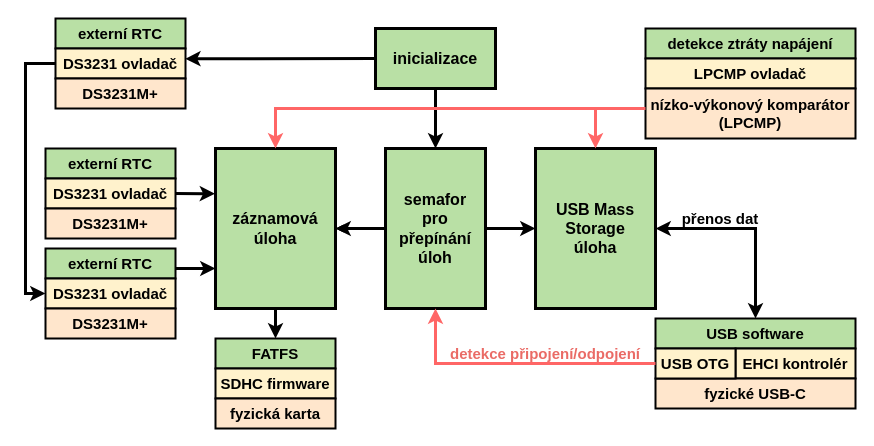
Earlier version of the draw.io diagram diagrams/system_architecture/system_architecture.drawio (Doly02/thesis). Source tidied: cells renumbered, new cells numbered last; positions are measured from the earlier drawing's top-left corner, leaving out a move shared by most shapes. Both pictures are drawn from the tidied source at 100%, with x=0, y=0 at pixel (25, 18).
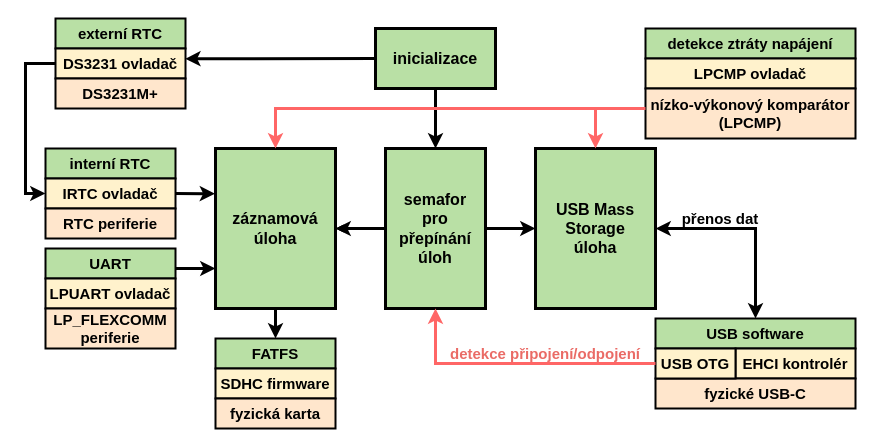
The same page after the edit.

Commit message (it also covers changes not shown here):
[TECH_REPORT] Improves System Architecture Subchapter. Updates System Architecture Diagram.

Unchanged cells that the change refers to:
```xml
<mxCell id="28" value="&lt;b&gt;&lt;font style=&quot;font-size: 15px;&quot;&gt;DS3231 ovladač&lt;/font&gt;&lt;/b&gt;" style="rounded=0;whiteSpace=wrap;html=1;strokeWidth=2;fillColor=#fff2cc;strokeColor=#000000;" parent="1" vertex="1">
  <mxGeometry x="30" y="30" width="130" height="30" as="geometry" />
</mxCell>
```

What changed in the source:
```diff
@@
-    <mxCell id="31" value="&lt;b&gt;&lt;font style=&quot;font-size: 15px;&quot;&gt;externí RTC&lt;/font&gt;&lt;/b&gt;" style="rounded=0;whiteSpace=wrap;html=1;strokeWidth=2;fillColor=#B9E0A5;" parent="1" vertex="1">
+    <mxCell id="31" value="&lt;b&gt;&lt;font style=&quot;font-size: 15px;&quot;&gt;interní RTC&lt;/font&gt;&lt;/b&gt;" style="rounded=0;whiteSpace=wrap;html=1;strokeWidth=2;fillColor=#B9E0A5;" parent="1" vertex="1">
       <mxGeometry x="20" y="130" width="130" height="30" as="geometry" />
     </mxCell>
-    <mxCell id="32" value="&lt;b&gt;&lt;font style=&quot;font-size: 15px;&quot;&gt;DS3231 ovladač&lt;/font&gt;&lt;/b&gt;" style="rounded=0;whiteSpace=wrap;html=1;strokeWidth=2;fillColor=#fff2cc;strokeColor=#000000;" parent="1" vertex="1">
+    <mxCell id="32" value="&lt;b&gt;&lt;font style=&quot;font-size: 15px;&quot;&gt;IRTC ovladač&lt;/font&gt;&lt;/b&gt;" style="rounded=0;whiteSpace=wrap;html=1;strokeWidth=2;fillColor=#fff2cc;strokeColor=#000000;" parent="1" vertex="1">
       <mxGeometry x="20" y="160" width="130" height="30" as="geometry" />
     </mxCell>
-    <mxCell id="33" value="&lt;b&gt;&lt;font style=&quot;font-size: 15px;&quot;&gt;DS3231M+&lt;/font&gt;&lt;/b&gt;" style="rounded=0;whiteSpace=wrap;html=1;strokeWidth=2;fillColor=#ffe6cc;strokeColor=#000000;" parent="1" vertex="1">
+    <mxCell id="33" value="&lt;b&gt;&lt;font style=&quot;font-size: 15px;&quot;&gt;RTC periferie&lt;/font&gt;&lt;/b&gt;" style="rounded=0;whiteSpace=wrap;html=1;strokeWidth=2;fillColor=#ffe6cc;strokeColor=#000000;" parent="1" vertex="1">
       <mxGeometry x="20" y="190" width="130" height="30" as="geometry" />
     </mxCell>
@@
-    <mxCell id="35" value="&lt;b&gt;&lt;font style=&quot;font-size: 15px;&quot;&gt;externí RTC&lt;/font&gt;&lt;/b&gt;" style="rounded=0;whiteSpace=wrap;html=1;strokeWidth=2;fillColor=#B9E0A5;" parent="1" vertex="1">
+    <mxCell id="35" value="&lt;font style=&quot;font-size: 15px;&quot;&gt;&lt;b style=&quot;&quot;&gt;UART&lt;/b&gt;&lt;/font&gt;" style="rounded=0;whiteSpace=wrap;html=1;strokeWidth=2;fillColor=#B9E0A5;" parent="1" vertex="1">
       <mxGeometry x="20" y="230" width="130" height="30" as="geometry" />
     </mxCell>
-    <mxCell id="36" value="&lt;b&gt;&lt;font style=&quot;font-size: 15px;&quot;&gt;DS3231 ovladač&lt;/font&gt;&lt;/b&gt;" style="rounded=0;whiteSpace=wrap;html=1;strokeWidth=2;fillColor=#fff2cc;strokeColor=#000000;" parent="1" vertex="1">
+    <mxCell id="36" value="&lt;b&gt;&lt;font style=&quot;font-size: 15px;&quot;&gt;LPUART ovladač&lt;/font&gt;&lt;/b&gt;" style="rounded=0;whiteSpace=wrap;html=1;strokeWidth=2;fillColor=#fff2cc;strokeColor=#000000;" parent="1" vertex="1">
       <mxGeometry x="20" y="260" width="130" height="30" as="geometry" />
     </mxCell>
-    <mxCell id="37" value="&lt;b&gt;&lt;font style=&quot;font-size: 15px;&quot;&gt;DS3231M+&lt;/font&gt;&lt;/b&gt;" style="rounded=0;whiteSpace=wrap;html=1;strokeWidth=2;fillColor=#ffe6cc;strokeColor=#000000;" parent="1" vertex="1">
-      <mxGeometry x="20" y="290" width="130" height="30" as="geometry" />
+    <mxCell id="37" value="&lt;b&gt;&lt;font style=&quot;font-size: 15px;&quot;&gt;LP_FLEXCOMM&lt;/font&gt;&lt;/b&gt;&lt;div&gt;&lt;b&gt;&lt;font style=&quot;font-size: 15px;&quot;&gt;periferie&lt;/font&gt;&lt;/b&gt;&lt;/div&gt;" style="rounded=0;whiteSpace=wrap;html=1;strokeWidth=2;fillColor=#ffe6cc;strokeColor=#000000;" parent="1" vertex="1">
+      <mxGeometry x="20" y="290" width="130" height="40" as="geometry" />
     </mxCell>
@@
-    <mxCell id="39" style="endArrow=classic;html=1;rounded=0;exitX=0;exitY=0.5;exitDx=0;exitDy=0;entryX=0;entryY=0.5;entryDx=0;entryDy=0;strokeWidth=3;" parent="1" edge="1" source="28" target="36">
+    <mxCell id="39" style="endArrow=classic;html=1;rounded=0;exitX=0;exitY=0.5;exitDx=0;exitDy=0;entryX=0;entryY=0.5;entryDx=0;entryDy=0;strokeWidth=3;" parent="1" edge="1" source="28" target="32">
       <mxGeometry relative="1" as="geometry">
         <Array as="points">
           <mxPoint y="45" />
-          <mxPoint y="275" />
+          <mxPoint y="175" />
         </Array>
       </mxGeometry>
     </mxCell>
```
